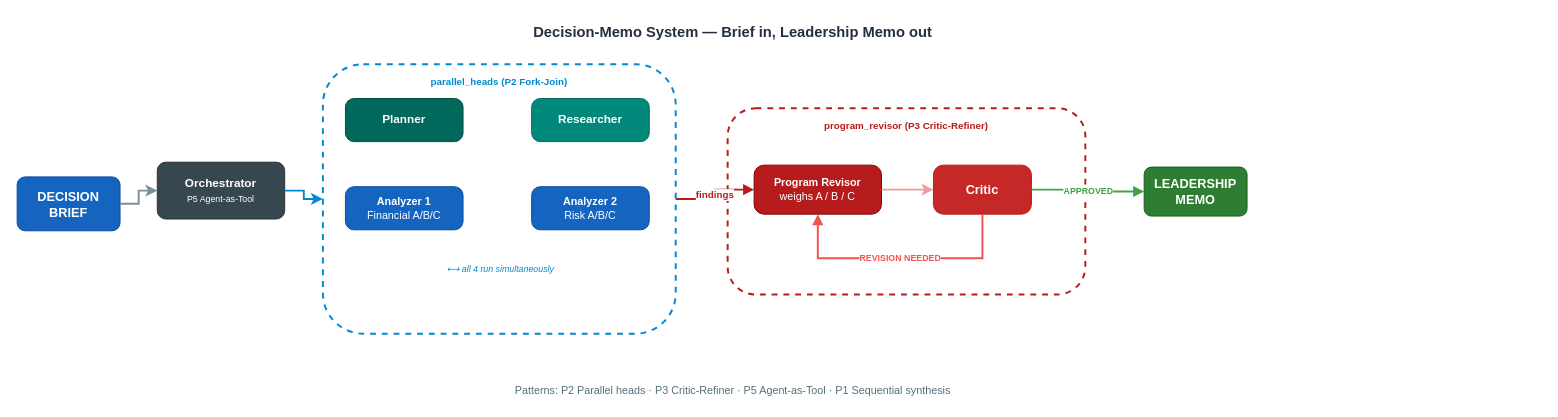
aws-samples/sample-multi-agent-systems-with-strands-workshop keeps this draw.io diagram as samples/08-capstone/architecture.drawio. Above is the earlier version. Source tidied: cells renumbered, new cells numbered last; positions are measured from the earlier drawing's top-left corner, leaving out a move shared by most shapes. Both pictures are drawn from the tidied source at 98%, with x=0, y=0 at pixel (17, 17).
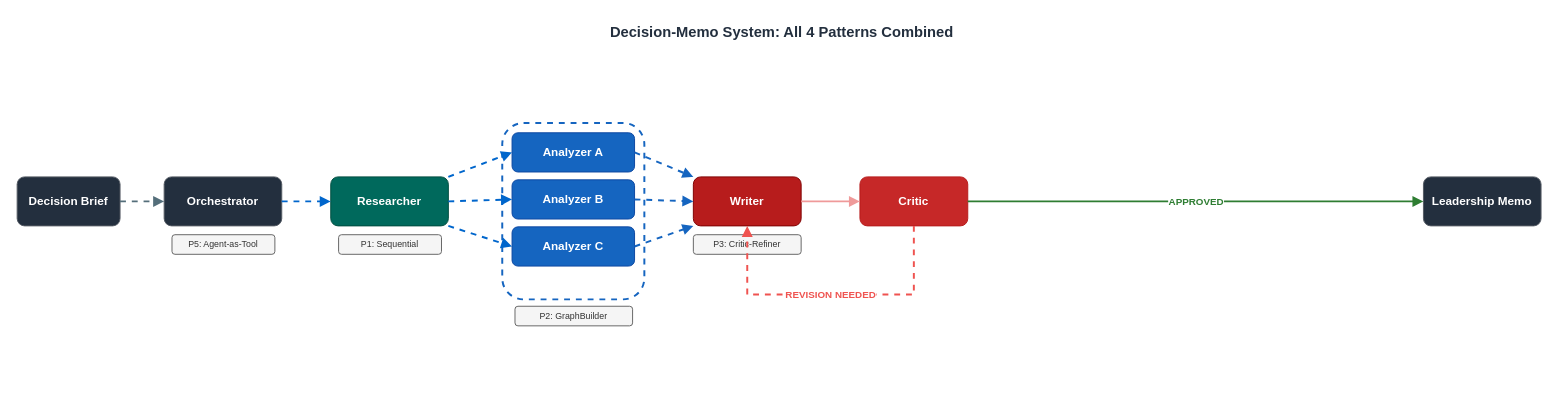
The same diagram, later.

Commit message (it also covers changes not shown here):
Module 08: restore correct architecture diagram (Researcher→Analyzers A/B/C→Writer↔Critic), update README

What changed in the source:
```diff
@@
-    <mxCell id="2" value="Decision-Memo System — Brief in, Leadership Memo out" style="text;html=1;strokeColor=none;fillColor=none;align=center;fontSize=15;fontStyle=1;fontColor=#232F3E;" parent="1" vertex="1">
-      <mxGeometry x="130" width="1200" height="28" as="geometry" />
+    <mxCell id="2" value="Decision-Memo System: All 4 Patterns Combined" style="text;html=1;strokeColor=none;fillColor=none;align=center;fontSize=15;fontStyle=1;fontColor=#232F3E;" parent="1" vertex="1">
+      <mxGeometry x="130" width="1300" height="28" as="geometry" />
     </mxCell>
-    <mxCell id="3" value="&lt;b&gt;DECISION&lt;br&gt;BRIEF&lt;/b&gt;" style="rounded=1;whiteSpace=wrap;html=1;fillColor=#1565C0;strokeColor=#0D47A1;fontColor=#ffffff;fontSize=13;arcSize=15;" parent="1" vertex="1">
-      <mxGeometry y="163" width="105" height="55" as="geometry" />
+    <mxCell id="3" value="&lt;b&gt;Decision Brief&lt;/b&gt;" style="rounded=1;whiteSpace=wrap;html=1;fillColor=#232F3E;strokeColor=#545B64;fontColor=#ffffff;fontSize=12;arcSize=15;" parent="1" vertex="1">
+      <mxGeometry y="163" width="105" height="50" as="geometry" />
     </mxCell>
+    <mxCell id="16" value="&lt;b&gt;Leadership Memo&lt;/b&gt;" style="rounded=1;whiteSpace=wrap;html=1;fillColor=#232F3E;strokeColor=#545B64;fontColor=#ffffff;fontSize=12;arcSize=15;" parent="1" vertex="1">
+      <mxGeometry x="1435" y="163" width="120" height="50" as="geometry" />
+    </mxCell>
-    <mxCell id="4" value="&lt;b&gt;Orchestrator&lt;/b&gt;&lt;br&gt;&lt;font style=&quot;font-size:9px&quot;&gt;P5 Agent-as-Tool&lt;/font&gt;" style="rounded=1;whiteSpace=wrap;html=1;fillColor=#37474F;strokeColor=#263238;fontColor=#ffffff;fontSize=12;arcSize=15;" parent="1" vertex="1">
-      <mxGeometry x="143" y="148" width="130" height="58" as="geometry" />
+    <mxCell id="4" value="&lt;b&gt;Orchestrator&lt;/b&gt;" style="rounded=1;whiteSpace=wrap;html=1;fillColor=#232F3E;strokeColor=#545B64;fontColor=#ffffff;fontSize=12;arcSize=15;" parent="1" vertex="1">
+      <mxGeometry x="150" y="163" width="120" height="50" as="geometry" />
     </mxCell>
+    <mxCell id="22" value="P5: Agent-as-Tool" style="rounded=1;whiteSpace=wrap;html=1;fillColor=#f5f5f5;strokeColor=#666666;fontColor=#333333;fontSize=9;" parent="1" vertex="1">
+      <mxGeometry x="158" y="222" width="105" height="20" as="geometry" />
+    </mxCell>
+    <mxCell id="7" value="&lt;b&gt;Researcher&lt;/b&gt;" style="rounded=1;whiteSpace=wrap;html=1;fillColor=#00695C;strokeColor=#004D40;fontColor=#ffffff;fontSize=12;arcSize=15;" parent="1" vertex="1">
+      <mxGeometry x="320" y="163" width="120" height="50" as="geometry" />
+    </mxCell>
+    <mxCell id="23" value="P1: Sequential" style="rounded=1;whiteSpace=wrap;html=1;fillColor=#f5f5f5;strokeColor=#666666;fontColor=#333333;fontSize=9;" parent="1" vertex="1">
+      <mxGeometry x="328" y="222" width="105" height="20" as="geometry" />
+    </mxCell>
-    <mxCell id="5" value="parallel_heads  (P2 Fork-Join)" style="rounded=1;whiteSpace=wrap;html=1;fillColor=none;strokeColor=#0288D1;strokeWidth=2;dashed=1;fontSize=10;fontStyle=1;fontColor=#0288D1;verticalAlign=top;align=center;spacingTop=6;" parent="1" vertex="1">
-      <mxGeometry x="312" y="48" width="360" height="275" as="geometry" />
+    <mxCell id="5" style="rounded=1;whiteSpace=wrap;html=1;fillColor=none;strokeColor=#1565C0;strokeWidth=2;dashed=1;" parent="1" vertex="1">
+      <mxGeometry x="495" y="108" width="145" height="180" as="geometry" />
     </mxCell>
-    <mxCell id="6" value="&lt;b&gt;Planner&lt;/b&gt;" style="rounded=1;whiteSpace=wrap;html=1;fillColor=#00695C;strokeColor=#004D40;fontColor=#ffffff;fontSize=12;arcSize=20;" parent="1" vertex="1">
-      <mxGeometry x="335" y="83" width="120" height="44" as="geometry" />
-    </mxCell>
-    <mxCell id="7" value="&lt;b&gt;Researcher&lt;/b&gt;" style="rounded=1;whiteSpace=wrap;html=1;fillColor=#00897B;strokeColor=#00695C;fontColor=#ffffff;fontSize=12;arcSize=20;" parent="1" vertex="1">
-      <mxGeometry x="525" y="83" width="120" height="44" as="geometry" />
-    </mxCell>
-    <mxCell id="8" value="&lt;b&gt;Analyzer 1&lt;/b&gt;&lt;br&gt;Financial A/B/C" style="rounded=1;whiteSpace=wrap;html=1;fillColor=#1565C0;strokeColor=#0D47A1;fontColor=#ffffff;fontSize=11;arcSize=20;" parent="1" vertex="1">
-      <mxGeometry x="335" y="173" width="120" height="44" as="geometry" />
-    </mxCell>
-    <mxCell id="9" value="&lt;b&gt;Analyzer 2&lt;/b&gt;&lt;br&gt;Risk A/B/C" style="rounded=1;whiteSpace=wrap;html=1;fillColor=#1565C0;strokeColor=#0D47A1;fontColor=#ffffff;fontSize=11;arcSize=20;" parent="1" vertex="1">
-      <mxGeometry x="525" y="173" width="120" height="44" as="geometry" />
-    </mxCell>
-    <mxCell id="10" value="⟷  all 4 run simultaneously" style="text;html=1;strokeColor=none;fillColor=none;align=center;fontSize=9;fontStyle=2;fontColor=#0288D1;" parent="1" vertex="1">
-      <mxGeometry x="320" y="246" width="345" height="20" as="geometry" />
-    </mxCell>
-    <mxCell id="11" value="program_revisor  (P3 Critic-Refiner)" style="rounded=1;whiteSpace=wrap;html=1;fillColor=none;strokeColor=#B71C1C;strokeWidth=2;dashed=1;fontSize=10;fontStyle=1;fontColor=#B71C1C;verticalAlign=top;align=center;spacingTop=6;" parent="1" vertex="1">
-      <mxGeometry x="725" y="93" width="365" height="190" as="geometry" />
-    </mxCell>
-    <mxCell id="12" value="&lt;b&gt;Program Revisor&lt;/b&gt;&lt;br&gt;weighs A / B / C" style="rounded=1;whiteSpace=wrap;html=1;fillColor=#B71C1C;strokeColor=#7F0000;fontColor=#ffffff;fontSize=11;arcSize=20;" parent="1" vertex="1">
-      <mxGeometry x="752" y="151" width="130" height="50" as="geometry" />
-    </mxCell>
+    <mxCell id="24" value="&lt;b&gt;Analyzer A&lt;/b&gt;" style="rounded=1;whiteSpace=wrap;html=1;fillColor=#1565C0;strokeColor=#0D47A1;fontColor=#ffffff;fontSize=12;arcSize=15;" parent="1" vertex="1">
+      <mxGeometry x="505" y="118" width="125" height="40" as="geometry" />
+    </mxCell>
+    <mxCell id="25" value="&lt;b&gt;Analyzer B&lt;/b&gt;" style="rounded=1;whiteSpace=wrap;html=1;fillColor=#1565C0;strokeColor=#0D47A1;fontColor=#ffffff;fontSize=12;arcSize=15;" parent="1" vertex="1">
+      <mxGeometry x="505" y="166" width="125" height="40" as="geometry" />
+    </mxCell>
+    <mxCell id="26" value="&lt;b&gt;Analyzer C&lt;/b&gt;" style="rounded=1;whiteSpace=wrap;html=1;fillColor=#1565C0;strokeColor=#0D47A1;fontColor=#ffffff;fontSize=12;arcSize=15;" parent="1" vertex="1">
+      <mxGeometry x="505" y="214" width="125" height="40" as="geometry" />
+    </mxCell>
+    <mxCell id="27" value="P2: GraphBuilder" style="rounded=1;whiteSpace=wrap;html=1;fillColor=#f5f5f5;strokeColor=#666666;fontColor=#333333;fontSize=9;" parent="1" vertex="1">
+      <mxGeometry x="508" y="295" width="120" height="20" as="geometry" />
+    </mxCell>
+    <mxCell id="28" value="&lt;b&gt;Writer&lt;/b&gt;" style="rounded=1;whiteSpace=wrap;html=1;fillColor=#B71C1C;strokeColor=#7F0000;fontColor=#ffffff;fontSize=12;arcSize=15;" parent="1" vertex="1">
+      <mxGeometry x="690" y="163" width="110" height="50" as="geometry" />
+    </mxCell>
+    <mxCell id="29" value="P3: Critic-Refiner" style="rounded=1;whiteSpace=wrap;html=1;fillColor=#f5f5f5;strokeColor=#666666;fontColor=#333333;fontSize=9;" parent="1" vertex="1">
+      <mxGeometry x="690" y="222" width="110" height="20" as="geometry" />
+    </mxCell>
-    <mxCell id="13" value="&lt;b&gt;Critic&lt;/b&gt;" style="rounded=1;whiteSpace=wrap;html=1;fillColor=#C62828;strokeColor=#B71C1C;fontColor=#ffffff;fontSize=13;arcSize=20;" parent="1" vertex="1">
-      <mxGeometry x="935" y="151" width="100" height="50" as="geometry" />
+    <mxCell id="13" value="&lt;b&gt;Critic&lt;/b&gt;" style="rounded=1;whiteSpace=wrap;html=1;fillColor=#C62828;strokeColor=#B71C1C;fontColor=#ffffff;fontSize=12;arcSize=15;" parent="1" vertex="1">
+      <mxGeometry x="860" y="163" width="110" height="50" as="geometry" />
     </mxCell>
-    <mxCell id="14" style="edgeStyle=orthogonalEdgeStyle;rounded=0;html=1;flowAnimation=1;strokeColor=#EF9A9A;strokeWidth=2;exitX=1;exitY=0.5;entryX=0;entryY=0.5;" parent="1" edge="1" source="12" target="13">
-      <mxGeometry relative="1" as="geometry" />
-    </mxCell>
-    <mxCell id="15" value="REVISION NEEDED" style="edgeStyle=orthogonalEdgeStyle;rounded=0;html=1;flowAnimation=1;strokeWidth=2;strokeColor=#EF5350;endArrow=block;endFill=1;exitX=0.5;exitY=1;entryX=0.5;entryY=1;fontSize=9;fontColor=#EF5350;fontStyle=1;" parent="1" edge="1" source="13" target="12">
+    <mxCell id="15" value="REVISION NEEDED" style="edgeStyle=orthogonalEdgeStyle;rounded=0;html=1;flowAnimation=1;strokeWidth=2;strokeColor=#EF5350;endArrow=block;endFill=1;exitX=0.5;exitY=1;entryX=0.5;entryY=1;fontSize=10;fontColor=#EF5350;fontStyle=1;dashed=1;" parent="1" edge="1" source="13" target="28">
       <mxGeometry relative="1" as="geometry">
         <Array as="points">
-          <mxPoint x="985" y="246" />
-          <mxPoint x="817" y="246" />
+          <mxPoint x="915" y="283" />
+          <mxPoint x="745" y="283" />
         </Array>
       </mxGeometry>
     </mxCell>
-    <mxCell id="16" value="&lt;b&gt;LEADERSHIP&lt;br&gt;MEMO&lt;/b&gt;" style="rounded=1;whiteSpace=wrap;html=1;fillColor=#2E7D32;strokeColor=#1B5E20;fontColor=#ffffff;fontSize=13;arcSize=15;" parent="1" vertex="1">
-      <mxGeometry x="1150" y="153" width="105" height="50" as="geometry" />
-    </mxCell>
-    <mxCell id="17" value="APPROVED" style="edgeStyle=orthogonalEdgeStyle;rounded=0;html=1;flowAnimation=1;strokeWidth=2;strokeColor=#43A047;endArrow=block;endFill=1;fontSize=9;fontColor=#43A047;fontStyle=1;" parent="1" edge="1" source="13" target="16">
+    <mxCell id="17" value="APPROVED" style="rounded=0;html=1;flowAnimation=1;strokeWidth=2;strokeColor=#2E7D32;endArrow=block;endFill=1;fontSize=10;fontColor=#2E7D32;fontStyle=1;" parent="1" edge="1" source="13" target="16">
       <mxGeometry relative="1" as="geometry" />
     </mxCell>
-    <mxCell id="18" style="edgeStyle=orthogonalEdgeStyle;rounded=0;html=1;flowAnimation=1;strokeColor=#78909C;strokeWidth=2;" parent="1" edge="1" source="3" target="4">
+    <mxCell id="18" style="rounded=0;html=1;flowAnimation=1;strokeColor=#546E7A;strokeWidth=2;dashed=1;endArrow=block;endFill=1;" parent="1" edge="1" source="3" target="4">
       <mxGeometry relative="1" as="geometry" />
     </mxCell>
-    <mxCell id="19" value="findings" style="edgeStyle=orthogonalEdgeStyle;rounded=0;html=1;flowAnimation=1;strokeColor=#B71C1C;strokeWidth=2;endArrow=block;endFill=1;fontSize=10;fontColor=#B71C1C;fontStyle=1;exitX=1;exitY=0.5;entryX=0;entryY=0.5;" parent="1" edge="1" source="5" target="12">
-      <mxGeometry relative="1" as="geometry" />
-    </mxCell>
-    <mxCell id="20" value="Patterns:   P2 Parallel heads   ·   P3 Critic-Refiner   ·   P5 Agent-as-Tool   ·   P1 Sequential synthesis" style="text;html=1;strokeColor=none;fillColor=none;align=center;fontSize=11;fontColor=#546E7A;" parent="1" vertex="1">
-      <mxGeometry x="230" y="368" width="1000" height="24" as="geometry" />
-    </mxCell>
-    <mxCell id="21" style="edgeStyle=orthogonalEdgeStyle;rounded=0;html=1;flowAnimation=1;strokeColor=#0288D1;strokeWidth=2;exitX=1;exitY=0.5;exitDx=0;exitDy=0;entryX=0;entryY=0.5;entryDx=0;entryDy=0;" parent="1" edge="1" source="4" target="5">
-      <mxGeometry relative="1" as="geometry" />
-    </mxCell>
+    <mxCell id="30" style="rounded=0;html=1;flowAnimation=1;strokeColor=#0066CC;strokeWidth=2;dashed=1;endArrow=block;endFill=1;" parent="1" edge="1" source="4" target="7">
+      <mxGeometry relative="1" as="geometry" />
+    </mxCell>
+    <mxCell id="31" style="rounded=0;html=1;flowAnimation=1;strokeColor=#0066CC;strokeWidth=2;dashed=1;endArrow=block;endFill=1;exitX=1;exitY=0;entryX=0;entryY=0.5;" parent="1" edge="1" source="7" target="24">
+      <mxGeometry relative="1" as="geometry" />
+    </mxCell>
+    <mxCell id="32" style="rounded=0;html=1;flowAnimation=1;strokeColor=#0066CC;strokeWidth=2;dashed=1;endArrow=block;endFill=1;exitX=1;exitY=0.5;entryX=0;entryY=0.5;" parent="1" edge="1" source="7" target="25">
+      <mxGeometry relative="1" as="geometry" />
+    </mxCell>
+    <mxCell id="14" style="rounded=0;html=1;flowAnimation=1;strokeColor=#0066CC;strokeWidth=2;dashed=1;endArrow=block;endFill=1;exitX=1;exitY=1;entryX=0;entryY=0.5;" parent="1" edge="1" source="7" target="26">
+      <mxGeometry relative="1" as="geometry" />
+    </mxCell>
+    <mxCell id="33" style="rounded=0;html=1;flowAnimation=1;strokeColor=#1565C0;strokeWidth=2;dashed=1;endArrow=block;endFill=1;exitX=1;exitY=0.5;entryX=0;entryY=0;" parent="1" edge="1" source="24" target="28">
+      <mxGeometry relative="1" as="geometry" />
+    </mxCell>
+    <mxCell id="34" style="rounded=0;html=1;flowAnimation=1;strokeColor=#1565C0;strokeWidth=2;dashed=1;endArrow=block;endFill=1;exitX=1;exitY=0.5;entryX=0;entryY=0.5;" parent="1" edge="1" source="25" target="28">
+      <mxGeometry relative="1" as="geometry" />
+    </mxCell>
+    <mxCell id="35" style="rounded=0;html=1;flowAnimation=1;strokeColor=#1565C0;strokeWidth=2;dashed=1;endArrow=block;endFill=1;exitX=1;exitY=0.5;entryX=0;entryY=1;" parent="1" edge="1" source="26" target="28">
+      <mxGeometry relative="1" as="geometry" />
+    </mxCell>
+    <mxCell id="36" style="rounded=0;html=1;flowAnimation=1;strokeColor=#EF9A9A;strokeWidth=2;endArrow=block;endFill=1;" parent="1" edge="1" source="28" target="13">
+      <mxGeometry relative="1" as="geometry" />
+    </mxCell>
```
